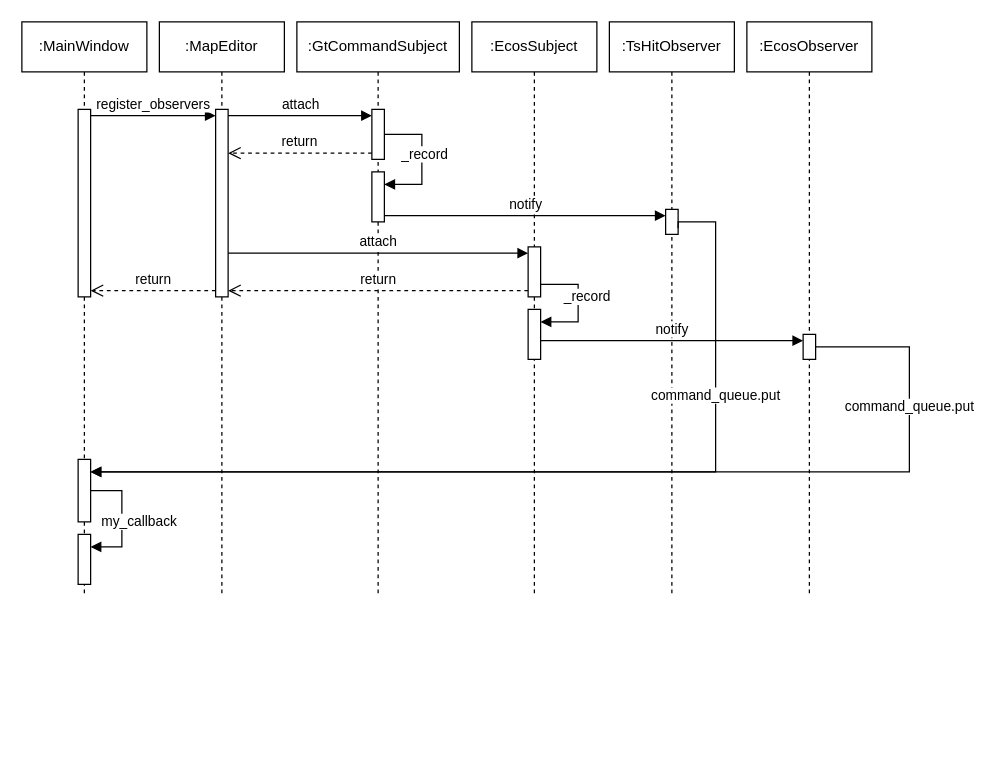
Above: procedural/trainswitch_hit.drawio in pascalreiss/draw_io_stuff (draw.io), before the change. Source tidied: cells renumbered, new cells numbered last; positions are measured from the earlier drawing's top-left corner, leaving out a move shared by most shapes. Both pictures are drawn from the tidied source at 125%, with x=0, y=0 at pixel (21, 21).
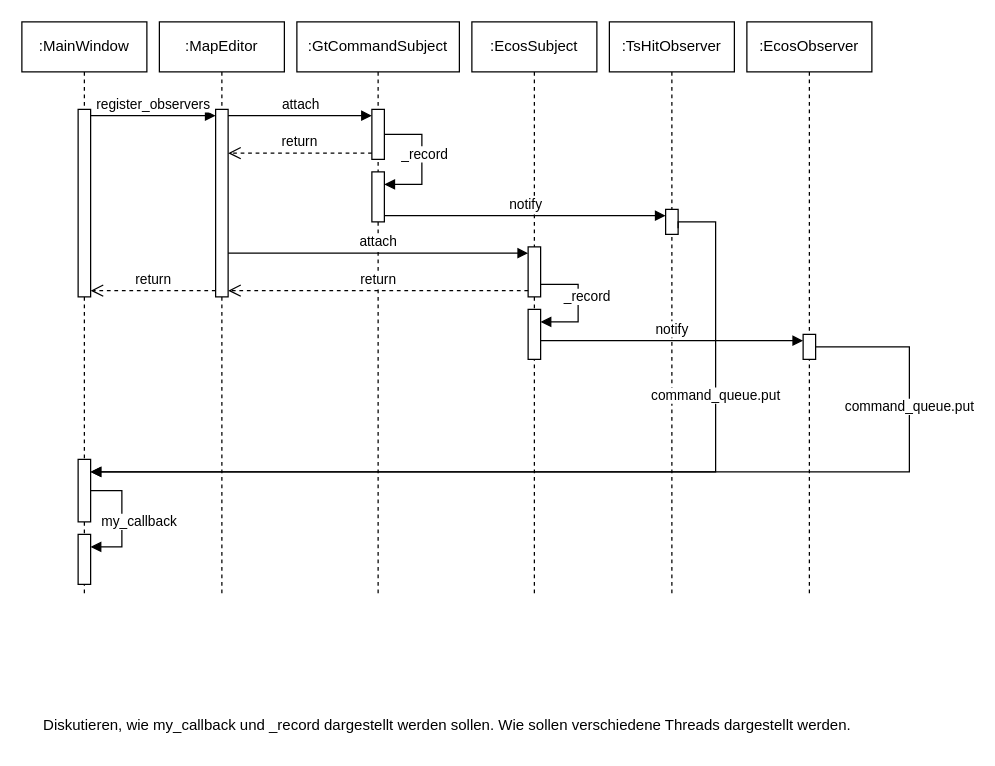
After the change.

The edit, as a diff of the source:
```diff
@@
+    <mxCell id="33" value="Diskutieren, wie my_callback und _record dargestellt werden sollen. Wie sollen verschiedene Threads dargestellt werden." style="text;html=1;align=center;verticalAlign=middle;strokeColor=none;fillColor=none;" parent="1" vertex="1">
+      <mxGeometry x="5" y="548" width="670" height="30" as="geometry" />
+    </mxCell>
```
